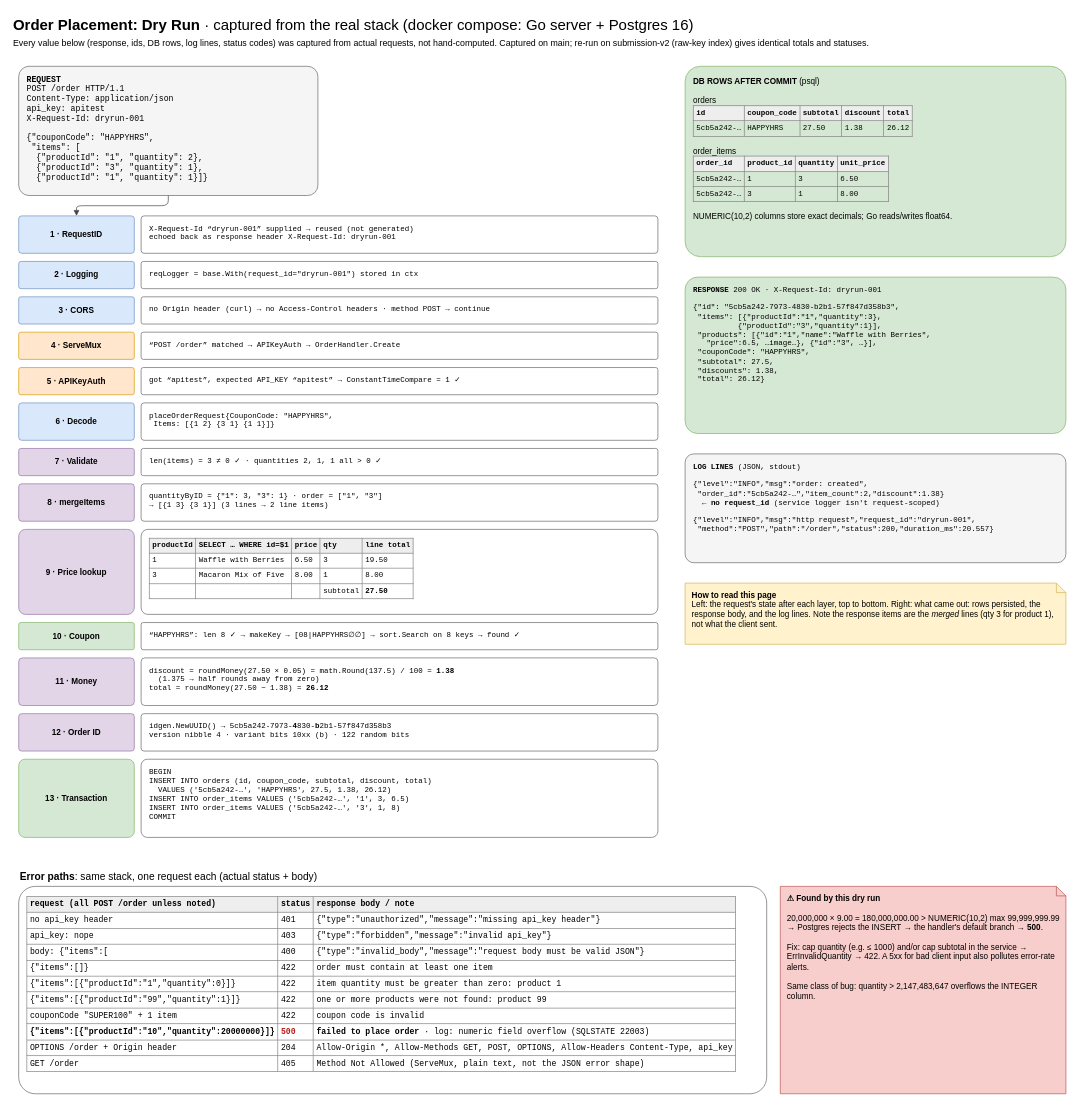
This is page "Dry run - real request" (3 of 3) of docs/diagrams/order.drawio from Vasanth-Korada/oolio-kart-challenge, a draw.io file, before an edit. Source tidied: cells renumbered, new cells numbered last; positions are measured from the earlier drawing's top-left corner, leaving out a move shared by most shapes. Both pictures are drawn from the tidied source at 68%, with x=0, y=0 at pixel (12, 12).
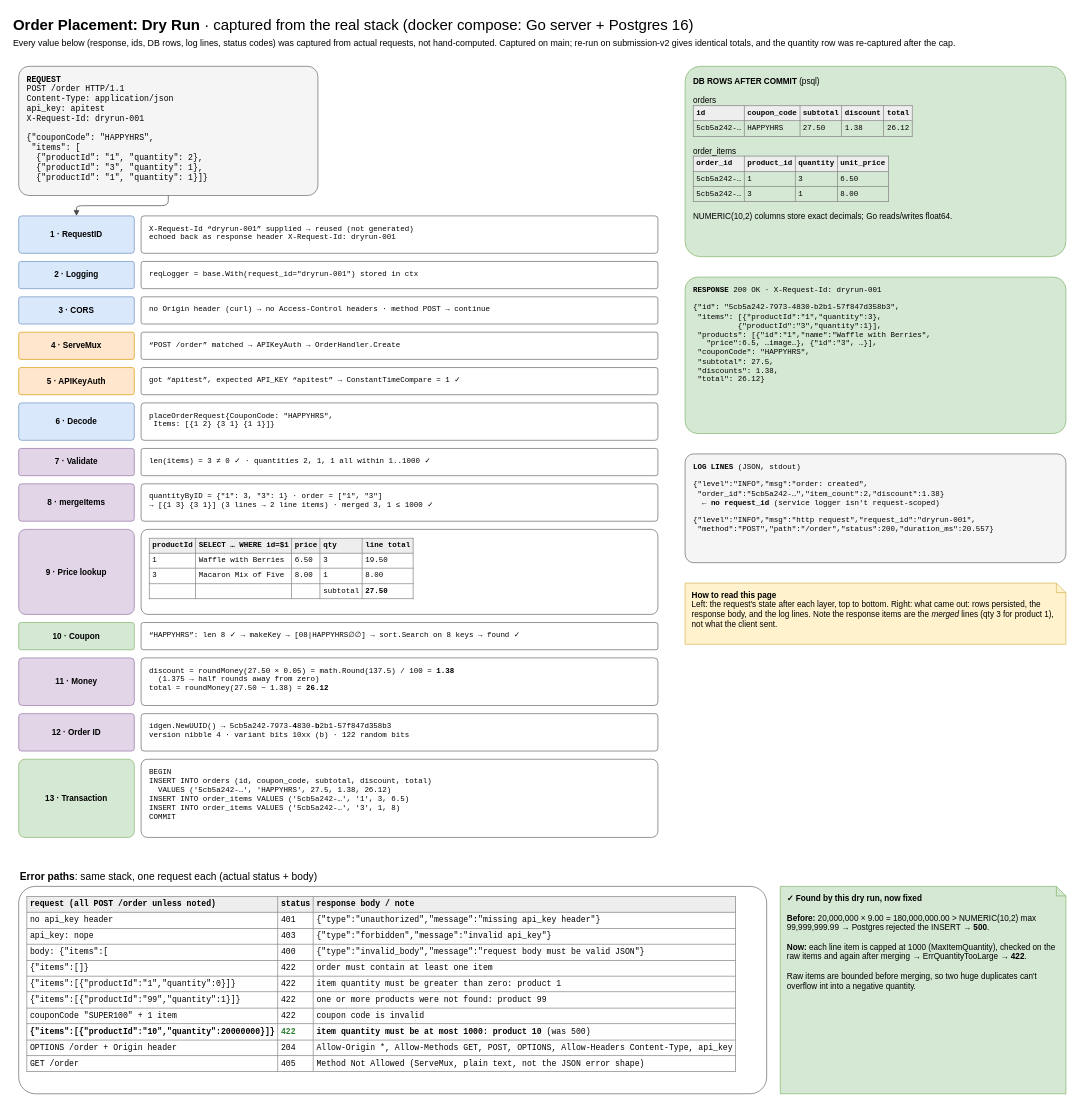
After the change.

Commit message (it also covers changes not shown here):
fix: cap order item quantity at 1000 to return 422 instead of 500

Change to the diagram source:
```diff
@@
-    <mxCell id="3" value="Every value below (response, ids, DB rows, log lines, status codes) was captured from actual requests, not hand-computed. Captured on main; re-run on submission-v2 (raw-key index) gives identical totals and statuses." style="text;html=1;whiteSpace=wrap;align=left;verticalAlign=top;fontSize=13;" parent="1" vertex="1">
+    <mxCell id="3" value="Every value below (response, ids, DB rows, log lines, status codes) was captured from actual requests, not hand-computed. Captured on main; re-run on submission-v2 gives identical totals, and the quantity row was re-captured after the cap." style="text;html=1;whiteSpace=wrap;align=left;verticalAlign=top;fontSize=13;" parent="1" vertex="1">
       <mxGeometry y="32" width="1400" height="24" as="geometry" />
     </mxCell>
@@
-    <mxCell id="18" value="len(items) = 3 ≠ 0 ✓ · quantities 2, 1, 1 all &amp;gt; 0 ✓" style="rounded=1;arcSize=8;whiteSpace=wrap;html=1;fillColor=#ffffff;strokeColor=#666666;fontSize=12;fontFamily=Courier New;align=left;spacingLeft=10;verticalAlign=top;spacingTop=6;fontSize=11;" parent="1" vertex="1">
+    <mxCell id="18" value="len(items) = 3 ≠ 0 ✓ · quantities 2, 1, 1 all within 1..1000 ✓" style="rounded=1;arcSize=8;whiteSpace=wrap;html=1;fillColor=#ffffff;strokeColor=#666666;fontSize=12;fontFamily=Courier New;align=left;spacingLeft=10;verticalAlign=top;spacingTop=6;fontSize=11;" parent="1" vertex="1">
       <mxGeometry x="190" y="642" width="760" height="40" as="geometry" />
     </mxCell>
@@
-    <mxCell id="20" value="quantityByID = {&quot;1&quot;: 3, &quot;3&quot;: 1} · order = [&quot;1&quot;, &quot;3&quot;]&lt;br&gt;→ [{1 3} {3 1}]  (3 lines → 2 line items)" style="rounded=1;arcSize=8;whiteSpace=wrap;html=1;fillColor=#ffffff;strokeColor=#666666;fontSize=12;fontFamily=Courier New;align=left;spacingLeft=10;verticalAlign=top;spacingTop=6;fontSize=11;" parent="1" vertex="1">
+    <mxCell id="20" value="quantityByID = {&quot;1&quot;: 3, &quot;3&quot;: 1} · order = [&quot;1&quot;, &quot;3&quot;]&lt;br&gt;→ [{1 3} {3 1}]  (3 lines → 2 line items) · merged 3, 1 ≤ 1000 ✓" style="rounded=1;arcSize=8;whiteSpace=wrap;html=1;fillColor=#ffffff;strokeColor=#666666;fontSize=12;fontFamily=Courier New;align=left;spacingLeft=10;verticalAlign=top;spacingTop=6;fontSize=11;" parent="1" vertex="1">
       <mxGeometry x="190" y="694" width="760" height="55" as="geometry" />
     </mxCell>
@@
-    <mxCell id="37" value="&lt;table border='1' cellpadding='4' style='border-collapse:collapse;font-size:12px;font-family:Courier New'&gt;&lt;tr style='background:#eeeeee'&gt;&lt;th&gt;request (all POST /order unless noted)&lt;/th&gt;&lt;th&gt;status&lt;/th&gt;&lt;th&gt;response body / note&lt;/th&gt;&lt;/tr&gt;&lt;tr&gt;&lt;td&gt;no api_key header&lt;/td&gt;&lt;td&gt;401&lt;/td&gt;&lt;td&gt;{&quot;type&quot;:&quot;unauthorized&quot;,&quot;message&quot;:&quot;missing api_key header&quot;}&lt;/td&gt;&lt;/tr&gt;&lt;tr&gt;&lt;td&gt;api_key: nope&lt;/td&gt;&lt;td&gt;403&lt;/td&gt;&lt;td&gt;{&quot;type&quot;:&quot;forbidden&quot;,&quot;message&quot;:&quot;invalid api_key&quot;}&lt;/td&gt;&lt;/tr&gt;&lt;tr&gt;&lt;td&gt;body: {&quot;items&quot;:[&lt;/td&gt;&lt;td&gt;400&lt;/td&gt;&lt;td&gt;{&quot;type&quot;:&quot;invalid_body&quot;,&quot;message&quot;:&quot;request body must be valid JSON&quot;}&lt;/td&gt;&lt;/tr&gt;&lt;tr&gt;&lt;td&gt;{&quot;items&quot;:[]}&lt;/td&gt;&lt;td&gt;422&lt;/td&gt;&lt;td&gt;order must contain at least one item&lt;/td&gt;&lt;/tr&gt;&lt;tr&gt;&lt;td&gt;{&quot;items&quot;:[{&quot;productId&quot;:&quot;1&quot;,&quot;quantity&quot;:0}]}&lt;/td&gt;&lt;td&gt;422&lt;/td&gt;&lt;td&gt;item quantity must be greater than zero: product 1&lt;/td&gt;&lt;/tr&gt;&lt;tr&gt;&lt;td&gt;{&quot;items&quot;:[{&quot;productId&quot;:&quot;99&quot;,&quot;quantity&quot;:1}]}&lt;/td&gt;&lt;td&gt;422&lt;/td&gt;&lt;td&gt;one or more products were not found: product 99&lt;/td&gt;&lt;/tr&gt;&lt;tr&gt;&lt;td&gt;couponCode &quot;SUPER100&quot; + 1 item&lt;/td&gt;&lt;td&gt;422&lt;/td&gt;&lt;td&gt;coupon code is invalid&lt;/td&gt;&lt;/tr&gt;&lt;tr&gt;&lt;td&gt;&lt;b&gt;{&quot;items&quot;:[{&quot;productId&quot;:&quot;10&quot;,&quot;quantity&quot;:20000000}]}&lt;/b&gt;&lt;/td&gt;&lt;td&gt;&lt;b style='color:#b71c1c'&gt;500&lt;/b&gt;&lt;/td&gt;&lt;td&gt;&lt;b&gt;failed to place order&lt;/b&gt; · log: numeric field overflow (SQLSTATE 22003)&lt;/td&gt;&lt;/tr&gt;&lt;tr&gt;&lt;td&gt;OPTIONS /order + Origin header&lt;/td&gt;&lt;td&gt;204&lt;/td&gt;&lt;td&gt;Allow-Origin *, Allow-Methods GET, POST, OPTIONS, Allow-Headers Content-Type, api_key&lt;/td&gt;&lt;/tr&gt;&lt;tr&gt;&lt;td&gt;GET /order&lt;/td&gt;&lt;td&gt;405&lt;/td&gt;&lt;td&gt;Method Not Allowed (ServeMux, plain text, not the JSON error shape)&lt;/td&gt;&lt;/tr&gt;&lt;/table&gt;" style="rounded=1;arcSize=8;whiteSpace=wrap;html=1;fillColor=#ffffff;strokeColor=#666666;fontSize=12;align=left;verticalAlign=top;spacingLeft=10;spacingTop=8;" parent="1" vertex="1">
+    <mxCell id="37" value="&lt;table border='1' cellpadding='4' style='border-collapse:collapse;font-size:12px;font-family:Courier New'&gt;&lt;tr style='background:#eeeeee'&gt;&lt;th&gt;request (all POST /order unless noted)&lt;/th&gt;&lt;th&gt;status&lt;/th&gt;&lt;th&gt;response body / note&lt;/th&gt;&lt;/tr&gt;&lt;tr&gt;&lt;td&gt;no api_key header&lt;/td&gt;&lt;td&gt;401&lt;/td&gt;&lt;td&gt;{&quot;type&quot;:&quot;unauthorized&quot;,&quot;message&quot;:&quot;missing api_key header&quot;}&lt;/td&gt;&lt;/tr&gt;&lt;tr&gt;&lt;td&gt;api_key: nope&lt;/td&gt;&lt;td&gt;403&lt;/td&gt;&lt;td&gt;{&quot;type&quot;:&quot;forbidden&quot;,&quot;message&quot;:&quot;invalid api_key&quot;}&lt;/td&gt;&lt;/tr&gt;&lt;tr&gt;&lt;td&gt;body: {&quot;items&quot;:[&lt;/td&gt;&lt;td&gt;400&lt;/td&gt;&lt;td&gt;{&quot;type&quot;:&quot;invalid_body&quot;,&quot;message&quot;:&quot;request body must be valid JSON&quot;}&lt;/td&gt;&lt;/tr&gt;&lt;tr&gt;&lt;td&gt;{&quot;items&quot;:[]}&lt;/td&gt;&lt;td&gt;422&lt;/td&gt;&lt;td&gt;order must contain at least one item&lt;/td&gt;&lt;/tr&gt;&lt;tr&gt;&lt;td&gt;{&quot;items&quot;:[{&quot;productId&quot;:&quot;1&quot;,&quot;quantity&quot;:0}]}&lt;/td&gt;&lt;td&gt;422&lt;/td&gt;&lt;td&gt;item quantity must be greater than zero: product 1&lt;/td&gt;&lt;/tr&gt;&lt;tr&gt;&lt;td&gt;{&quot;items&quot;:[{&quot;productId&quot;:&quot;99&quot;,&quot;quantity&quot;:1}]}&lt;/td&gt;&lt;td&gt;422&lt;/td&gt;&lt;td&gt;one or more products were not found: product 99&lt;/td&gt;&lt;/tr&gt;&lt;tr&gt;&lt;td&gt;couponCode &quot;SUPER100&quot; + 1 item&lt;/td&gt;&lt;td&gt;422&lt;/td&gt;&lt;td&gt;coupon code is invalid&lt;/td&gt;&lt;/tr&gt;&lt;tr&gt;&lt;td&gt;&lt;b&gt;{&quot;items&quot;:[{&quot;productId&quot;:&quot;10&quot;,&quot;quantity&quot;:20000000}]}&lt;/b&gt;&lt;/td&gt;&lt;td&gt;&lt;b style='color:#2e7d32'&gt;422&lt;/b&gt;&lt;/td&gt;&lt;td&gt;&lt;b&gt;item quantity must be at most 1000: product 10&lt;/b&gt; (was 500)&lt;/td&gt;&lt;/tr&gt;&lt;tr&gt;&lt;td&gt;OPTIONS /order + Origin header&lt;/td&gt;&lt;td&gt;204&lt;/td&gt;&lt;td&gt;Allow-Origin *, Allow-Methods GET, POST, OPTIONS, Allow-Headers Content-Type, api_key&lt;/td&gt;&lt;/tr&gt;&lt;tr&gt;&lt;td&gt;GET /order&lt;/td&gt;&lt;td&gt;405&lt;/td&gt;&lt;td&gt;Method Not Allowed (ServeMux, plain text, not the JSON error shape)&lt;/td&gt;&lt;/tr&gt;&lt;/table&gt;" style="rounded=1;arcSize=8;whiteSpace=wrap;html=1;fillColor=#ffffff;strokeColor=#666666;fontSize=12;align=left;verticalAlign=top;spacingLeft=10;spacingTop=8;" parent="1" vertex="1">
       <mxGeometry x="10" y="1286" width="1100" height="305" as="geometry" />
     </mxCell>
-    <mxCell id="38" value="&lt;b&gt;⚠ Found by this dry run&lt;/b&gt;&lt;br&gt;&lt;br&gt;20,000,000 × 9.00 = 180,000,000.00 &amp;gt; NUMERIC(10,2) max 99,999,999.99 → Postgres rejects the INSERT → the handler's default branch → &lt;b&gt;500&lt;/b&gt;.&lt;br&gt;&lt;br&gt;Fix: cap quantity (e.g. ≤ 1000) and/or cap subtotal in the service → ErrInvalidQuantity → 422. A 5xx for bad client input also pollutes error-rate alerts.&lt;br&gt;&lt;br&gt;Same class of bug: quantity &amp;gt; 2,147,483,647 overflows the INTEGER column." style="shape=note;size=14;whiteSpace=wrap;html=1;fillColor=#f8cecc;strokeColor=#b85450;fontSize=12;align=left;verticalAlign=top;spacingLeft=8;spacingTop=4;" parent="1" vertex="1">
+    <mxCell id="38" value="&lt;b&gt;✓ Found by this dry run, now fixed&lt;/b&gt;&lt;br&gt;&lt;br&gt;&lt;b&gt;Before:&lt;/b&gt; 20,000,000 × 9.00 = 180,000,000.00 &amp;gt; NUMERIC(10,2) max 99,999,999.99 → Postgres rejected the INSERT → &lt;b&gt;500&lt;/b&gt;.&lt;br&gt;&lt;br&gt;&lt;b&gt;Now:&lt;/b&gt; each line item is capped at 1000 (MaxItemQuantity), checked on the raw items and again after merging → ErrQuantityTooLarge → &lt;b&gt;422&lt;/b&gt;.&lt;br&gt;&lt;br&gt;Raw items are bounded before merging, so two huge duplicates can't overflow int into a negative quantity." style="shape=note;size=14;whiteSpace=wrap;html=1;fillColor=#d5e8d4;strokeColor=#82b366;fontSize=12;align=left;verticalAlign=top;spacingLeft=8;spacingTop=4;" parent="1" vertex="1">
       <mxGeometry x="1130" y="1286" width="420" height="305" as="geometry" />
     </mxCell>
```
